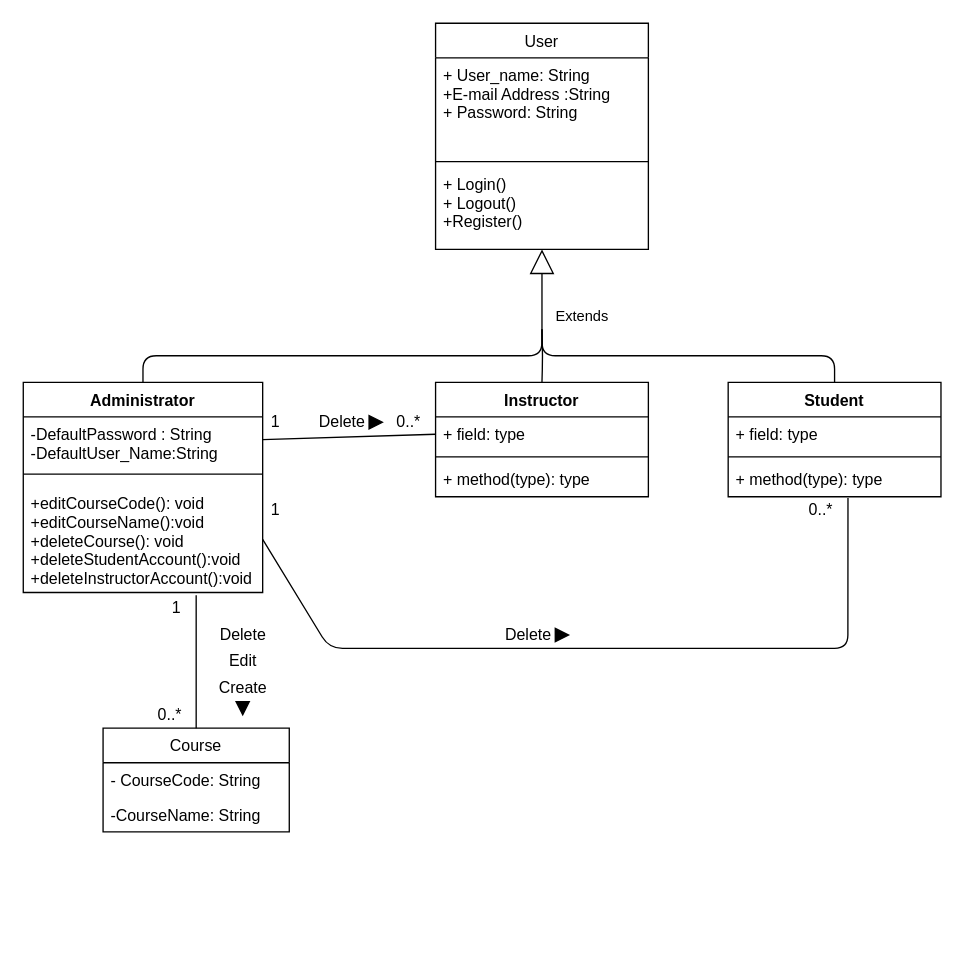
Above: SEG2105_Project.drawio in Ze-48346/SEG2105_Project_Work (draw.io), before the change. Source tidied: cells renumbered, new cells numbered last; positions are measured from the earlier drawing's top-left corner, leaving out a move shared by most shapes. Both pictures are drawn from the tidied source at 133%, with x=0, y=0 at pixel (23, 23).
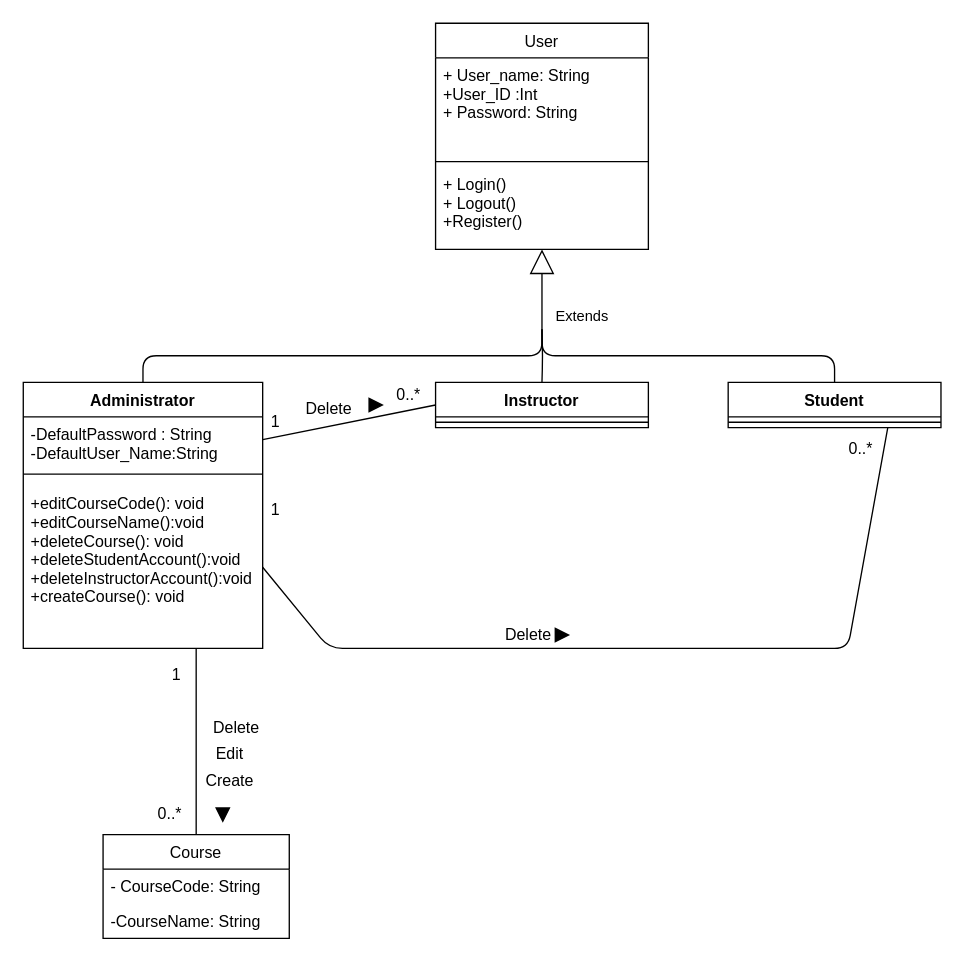
The same page after the edit.

The change refers to these unchanged cells:
```xml
<mxCell id="2" value="User" style="swimlane;fontStyle=0;align=center;verticalAlign=top;horizontal=1;startSize=26;" parent="1" vertex="1">
  <mxGeometry x="310" width="160" height="170" as="geometry" />
</mxCell>
<mxCell id="7" value="-DefaultPassword : String&#10;-DefaultUser_Name:String&#10;" style="text;strokeColor=none;fillColor=none;align=left;verticalAlign=top;spacingLeft=4;spacingRight=4;overflow=hidden;points=[[0,0.5],[1,0.5]];portConstraint=eastwest;" parent="6" vertex="1">
  <mxGeometry y="26" width="180" height="34" as="geometry" />
</mxCell>
```

The edit, as a diff of the source:
```diff
@@
-    <mxCell id="3" value="+ User_name: String&#10;+E-mail Address :String&#10;+ Password: String" style="text;strokeColor=none;fillColor=none;align=left;verticalAlign=top;spacingLeft=4;spacingRight=4;overflow=hidden;" parent="2" vertex="1">
+    <mxCell id="3" value="+ User_name: String&#10;+User_ID :Int&#10;+ Password: String" style="text;strokeColor=none;fillColor=none;align=left;verticalAlign=top;spacingLeft=4;spacingRight=4;overflow=hidden;" parent="2" vertex="1">
       <mxGeometry y="26" width="160" height="74" as="geometry" />
     </mxCell>
@@
     <mxCell id="6" value=" Administrator" style="swimlane;fontStyle=1;align=center;verticalAlign=top;horizontal=1;startSize=26;" parent="1" vertex="1">
-      <mxGeometry y="270" width="180" height="158" as="geometry" />
+      <mxGeometry y="270" width="180" height="200" as="geometry" />
     </mxCell>
@@
-    <mxCell id="9" value="+editCourseCode(): void&#10;+editCourseName():void&#10;+deleteCourse(): void&#10;+deleteStudentAccount():void&#10;+deleteInstructorAccount():void&#10;&#10;" style="text;strokeColor=none;fillColor=none;align=left;verticalAlign=top;spacingLeft=4;spacingRight=4;overflow=hidden;points=[[0,0.5],[1,0.5]];portConstraint=eastwest;" parent="6" vertex="1">
-      <mxGeometry y="78" width="180" height="80" as="geometry" />
+    <mxCell id="9" value="+editCourseCode(): void&#10;+editCourseName():void&#10;+deleteCourse(): void&#10;+deleteStudentAccount():void&#10;+deleteInstructorAccount():void&#10;+createCourse(): void&#10;&#10;" style="text;strokeColor=none;fillColor=none;align=left;verticalAlign=top;spacingLeft=4;spacingRight=4;overflow=hidden;points=[[0,0.5],[1,0.5]];portConstraint=eastwest;" parent="6" vertex="1">
+      <mxGeometry y="78" width="180" height="122" as="geometry" />
     </mxCell>
     <mxCell id="10" value="Instructor" style="swimlane;fontStyle=1;align=center;verticalAlign=top;horizontal=1;startSize=26;" parent="1" vertex="1">
-      <mxGeometry x="310" y="270" width="160" height="86" as="geometry" />
+      <mxGeometry x="310" y="270" width="160" height="34" as="geometry" />
     </mxCell>
-    <mxCell id="11" value="+ field: type" style="text;strokeColor=none;fillColor=none;align=left;verticalAlign=top;spacingLeft=4;spacingRight=4;overflow=hidden;points=[[0,0.5],[1,0.5]];portConstraint=eastwest;" parent="10" vertex="1">
-      <mxGeometry y="26" width="160" height="26" as="geometry" />
-    </mxCell>
     <mxCell id="12" style="line;strokeWidth=1;fillColor=none;align=left;verticalAlign=middle;spacingTop=-1;spacingLeft=3;spacingRight=3;labelPosition=right;" parent="10" vertex="1">
-      <mxGeometry y="52" width="160" height="8" as="geometry" />
+      <mxGeometry y="26" width="160" height="8" as="geometry" />
     </mxCell>
-    <mxCell id="13" value="+ method(type): type" style="text;strokeColor=none;fillColor=none;align=left;verticalAlign=top;spacingLeft=4;spacingRight=4;overflow=hidden;" parent="10" vertex="1">
-      <mxGeometry y="60" width="160" height="26" as="geometry" />
-    </mxCell>
     <mxCell id="14" value="Student" style="swimlane;fontStyle=1;align=center;verticalAlign=top;horizontal=1;startSize=26;" parent="1" vertex="1">
-      <mxGeometry x="530" y="270" width="160" height="86" as="geometry" />
+      <mxGeometry x="530" y="270" width="160" height="34" as="geometry" />
     </mxCell>
-    <mxCell id="15" value="+ field: type" style="text;strokeColor=none;fillColor=none;align=left;verticalAlign=top;spacingLeft=4;spacingRight=4;overflow=hidden;" parent="14" vertex="1">
-      <mxGeometry y="26" width="160" height="26" as="geometry" />
-    </mxCell>
     <mxCell id="16" style="line;strokeWidth=1;fillColor=none;align=left;verticalAlign=middle;spacingTop=-1;spacingLeft=3;spacingRight=3;labelPosition=right;" parent="14" vertex="1">
-      <mxGeometry y="52" width="160" height="8" as="geometry" />
+      <mxGeometry y="26" width="160" height="8" as="geometry" />
     </mxCell>
-    <mxCell id="17" value="+ method(type): type" style="text;strokeColor=none;fillColor=none;align=left;verticalAlign=top;spacingLeft=4;spacingRight=4;overflow=hidden;points=[[0,0.5],[1,0.5]];portConstraint=eastwest;" parent="14" vertex="1">
-      <mxGeometry y="60" width="160" height="26" as="geometry" />
-    </mxCell>
@@
     <mxCell id="21" value="Course" style="swimlane;fontStyle=0;horizontal=1;startSize=26;fillColor=none;" parent="1" vertex="1">
-      <mxGeometry x="60" y="530" width="140" height="78" as="geometry" />
+      <mxGeometry x="60" y="610" width="140" height="78" as="geometry" />
     </mxCell>
@@
     <mxCell id="24" value="1" style="text;html=1;align=center;verticalAlign=middle;strokeColor=none;" parent="1" vertex="1">
-      <mxGeometry x="105" y="430" width="20" height="20" as="geometry" />
+      <mxGeometry x="105" y="480" width="20" height="20" as="geometry" />
     </mxCell>
     <mxCell id="25" value="Create" style="text;html=1;align=center;verticalAlign=middle;strokeColor=none;" parent="1" vertex="1">
-      <mxGeometry x="140" y="490" width="50" height="20" as="geometry" />
+      <mxGeometry x="130" y="560" width="50" height="20" as="geometry" />
     </mxCell>
     <mxCell id="26" style="triangle;whiteSpace=wrap;html=1;direction=south;fillColor=#000000;" parent="1" vertex="1">
-      <mxGeometry x="160" y="510" width="10" height="10" as="geometry" />
+      <mxGeometry x="145" y="590" width="10" height="10" as="geometry" />
     </mxCell>
-    <mxCell id="27" style="endArrow=none;html=1;entryX=0;entryY=0.5;entryDx=0;entryDy=0;exitX=1;exitY=0.5;exitDx=0;exitDy=0;" parent="1" edge="1" source="7" target="11">
+    <mxCell id="27" style="endArrow=none;html=1;entryX=0;entryY=0.5;entryDx=0;entryDy=0;exitX=1;exitY=0.5;exitDx=0;exitDy=0;" parent="1" edge="1" source="7" target="10">
       <mxGeometry relative="1" as="geometry" />
     </mxCell>
     <mxCell id="28" value="Delete" style="text;html=1;strokeColor=none;fillColor=none;align=center;verticalAlign=middle;whiteSpace=wrap;rounded=0;" parent="1" vertex="1">
-      <mxGeometry x="220" y="290" width="40" height="20" as="geometry" />
+      <mxGeometry x="210" y="280" width="40" height="20" as="geometry" />
     </mxCell>
@@
     <mxCell id="30" value="0..*" style="text;html=1;strokeColor=none;fillColor=none;align=center;verticalAlign=middle;whiteSpace=wrap;rounded=0;" parent="1" vertex="1">
-      <mxGeometry x="270" y="290" width="40" height="20" as="geometry" />
+      <mxGeometry x="270" y="270" width="40" height="20" as="geometry" />
     </mxCell>
     <mxCell id="31" style="triangle;whiteSpace=wrap;html=1;fillColor=#000000;" parent="1" vertex="1">
-      <mxGeometry x="260" y="295" width="10" height="10" as="geometry" />
+      <mxGeometry x="260" y="282" width="10" height="10" as="geometry" />
     </mxCell>
-    <mxCell id="32" style="endArrow=none;html=1;exitX=1;exitY=0.5;exitDx=0;exitDy=0;entryX=0.563;entryY=1.038;entryDx=0;entryDy=0;entryPerimeter=0;" parent="1" edge="1" source="9" target="17">
+    <mxCell id="32" style="endArrow=none;html=1;exitX=1;exitY=0.5;exitDx=0;exitDy=0;entryX=0.75;entryY=1;entryDx=0;entryDy=0;" parent="1" edge="1" source="9" target="14">
       <mxGeometry relative="1" as="geometry">
         <Array as="points">
           <mxPoint x="230" y="470" />
           <mxPoint x="340" y="470" />
           <mxPoint x="620" y="470" />
         </Array>
       </mxGeometry>
     </mxCell>
@@
     <mxCell id="35" value="0..*" style="text;html=1;strokeColor=none;fillColor=none;align=center;verticalAlign=middle;whiteSpace=wrap;rounded=0;" parent="1" vertex="1">
-      <mxGeometry x="580" y="356" width="40" height="20" as="geometry" />
+      <mxGeometry x="610" y="310" width="40" height="20" as="geometry" />
     </mxCell>
@@
     <mxCell id="37" value="Edit" style="text;html=1;align=center;verticalAlign=middle;strokeColor=none;" parent="1" vertex="1">
-      <mxGeometry x="145" y="470" width="40" height="20" as="geometry" />
+      <mxGeometry x="135" y="540" width="40" height="20" as="geometry" />
     </mxCell>
     <mxCell id="38" value="Delete" style="text;html=1;align=center;verticalAlign=middle;strokeColor=none;" parent="1" vertex="1">
-      <mxGeometry x="140" y="450" width="50" height="20" as="geometry" />
+      <mxGeometry x="135" y="520" width="50" height="20" as="geometry" />
     </mxCell>
     <mxCell id="39" style="endArrow=none;html=1;entryX=0.5;entryY=0;entryDx=0;entryDy=0;" parent="1" edge="1" target="21">
       <mxGeometry relative="1" as="geometry">
-        <mxPoint x="130" y="430" as="sourcePoint" />
+        <mxPoint x="130" y="470" as="sourcePoint" />
       </mxGeometry>
     </mxCell>
     <mxCell id="40" value="0..*" style="text;html=1;align=center;verticalAlign=middle;strokeColor=none;" parent="1" vertex="1">
-      <mxGeometry x="95" y="510" width="30" height="20" as="geometry" />
+      <mxGeometry x="95" y="585" width="30" height="20" as="geometry" />
     </mxCell>
```
